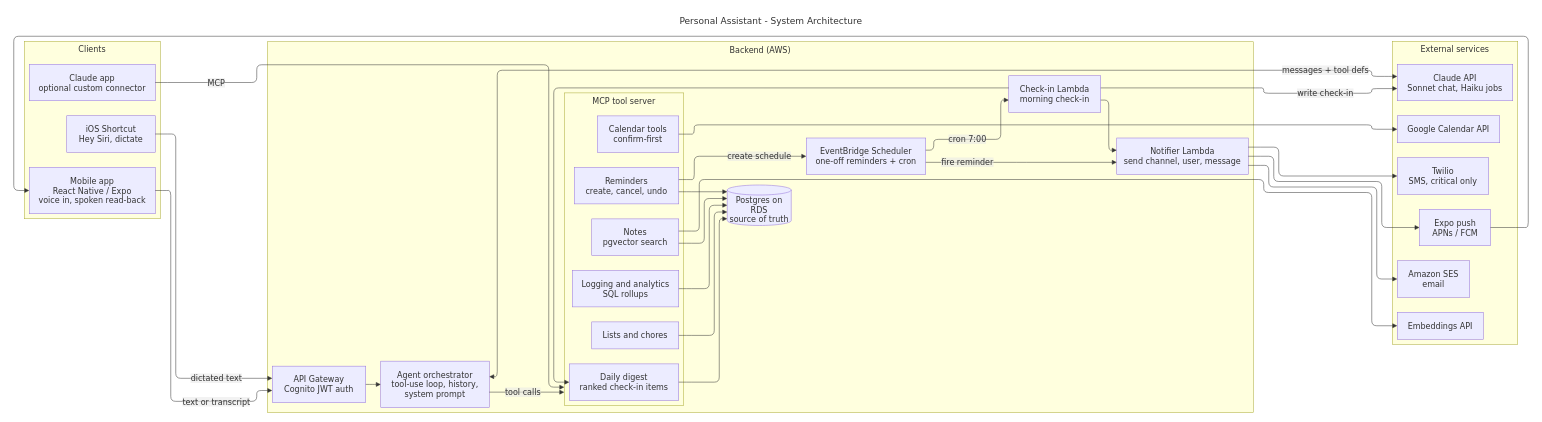
The draw.io diagram docs/diagrams/system.drawio in rgabeflores/personal-assistant, before the edit. Source tidied: cells renumbered, new cells numbered last; positions are measured from the earlier drawing's top-left corner, leaving out a move shared by most shapes. Both pictures are drawn from the tidied source at 50%, with x=0, y=0 at pixel (8, 8).
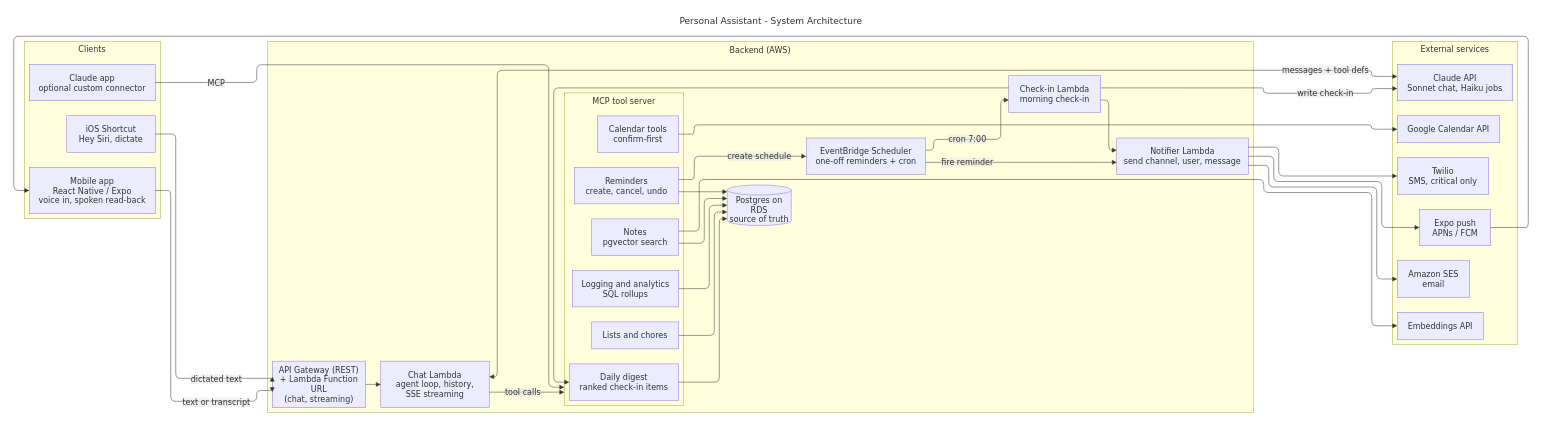
The same page after the edit.

Unchanged cells that the change refers to:
```xml
<mxCell id="7" value="Backend (AWS)" style="html=1;whiteSpace=wrap;strokeWidth=1;verticalAlign=top;fillColor=light-dark(#ffffde,#1f2020);strokeColor=light-dark(#aaaa33,#cccccc);fontColor=light-dark(#333333,#cccccc);fontFamily=Trebuchet MS,Verdana,Arial,sans-serif;fontSize=16;" parent="2" vertex="1">
  <mxGeometry x="517" y="66" width="1972" height="741.8" as="geometry" />
</mxCell>
```

Change to the diagram source:
```diff
@@
-    <mxCell id="15" value="API Gateway&#10;Cognito JWT auth" style="html=1;whiteSpace=wrap;strokeWidth=1;fillColor=light-dark(#ECECFF,#1f2020);strokeColor=light-dark(#9370DB,#cccccc);fontColor=light-dark(#333333,#cccccc);fontFamily=Trebuchet MS,Verdana,Arial,sans-serif;fontSize=16;" parent="7" vertex="1">
-      <mxGeometry x="10" y="648.8" width="187" height="73" as="geometry" />
+    <mxCell id="15" value="API Gateway (REST)&#10;+ Lambda Function URL&#10;(chat, streaming)" style="html=1;whiteSpace=wrap;strokeWidth=1;fillColor=light-dark(#ECECFF,#1f2020);strokeColor=light-dark(#9370DB,#cccccc);fontColor=light-dark(#333333,#cccccc);fontFamily=Trebuchet MS,Verdana,Arial,sans-serif;fontSize=16;" parent="7" vertex="1">
+      <mxGeometry x="10" y="638.8" width="187" height="93" as="geometry" />
     </mxCell>
-    <mxCell id="16" value="Agent orchestrator&#10;tool-use loop, history,&#10;system prompt" style="html=1;whiteSpace=wrap;strokeWidth=1;fillColor=light-dark(#ECECFF,#1f2020);strokeColor=light-dark(#9370DB,#cccccc);fontColor=light-dark(#333333,#cccccc);fontFamily=Trebuchet MS,Verdana,Arial,sans-serif;fontSize=16;" parent="7" vertex="1">
+    <mxCell id="16" value="Chat Lambda&#10;agent loop, history,&#10;SSE streaming" style="html=1;whiteSpace=wrap;strokeWidth=1;fillColor=light-dark(#ECECFF,#1f2020);strokeColor=light-dark(#9370DB,#cccccc);fontColor=light-dark(#333333,#cccccc);fontFamily=Trebuchet MS,Verdana,Arial,sans-serif;fontSize=16;" parent="7" vertex="1">
       <mxGeometry x="227" y="638.8" width="217" height="93" as="geometry" />
     </mxCell>
```
